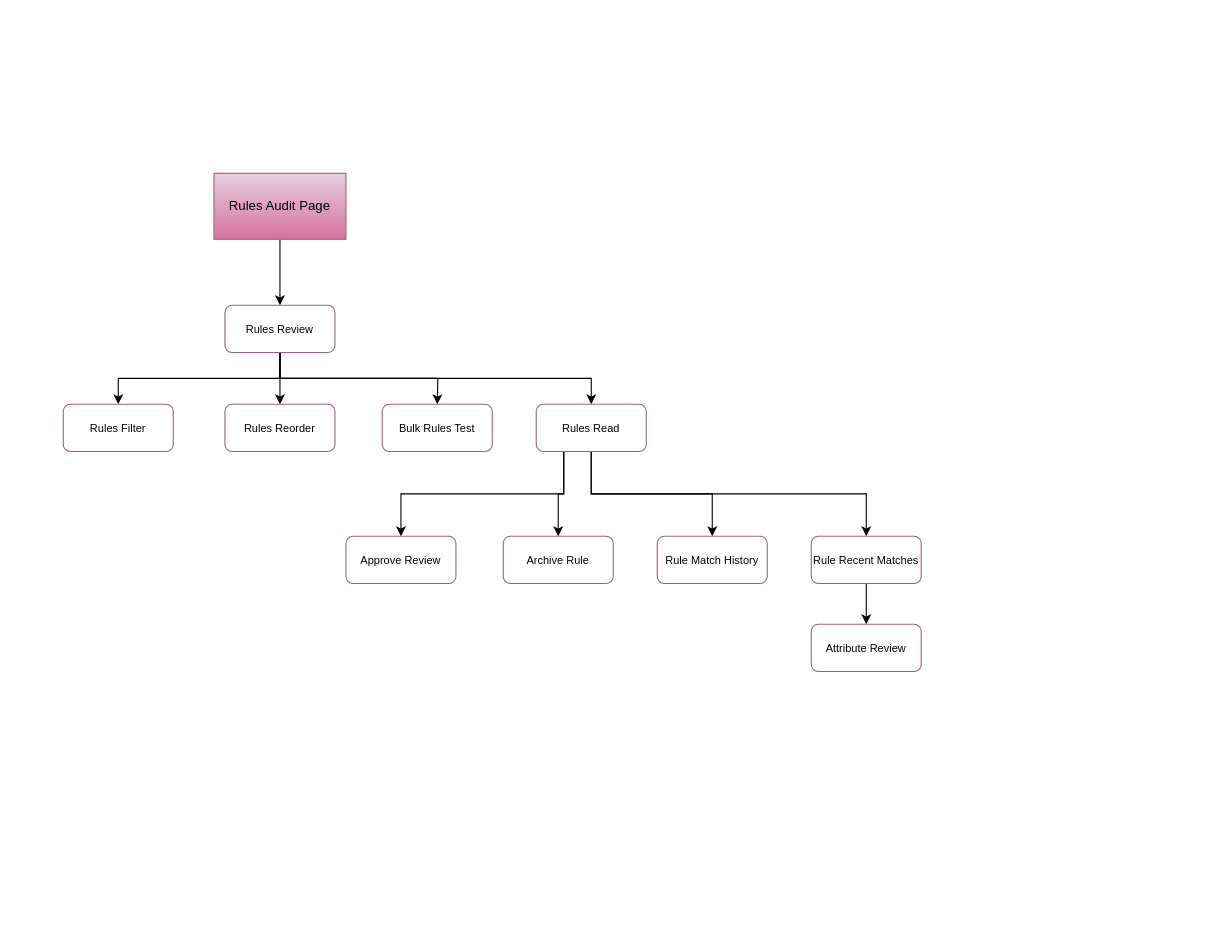
Above: page "Pageflow" (3 of 3) of Drawings/RulesEngine/RulesEngine.drawio in RMSLowside/rmslow (draw.io), before the change. Source tidied: cells renumbered, new cells numbered last; positions are measured from the earlier drawing's top-left corner, leaving out a move shared by most shapes. Both pictures are drawn from the tidied source at 110%, with x=0, y=0 at pixel (63, 173).
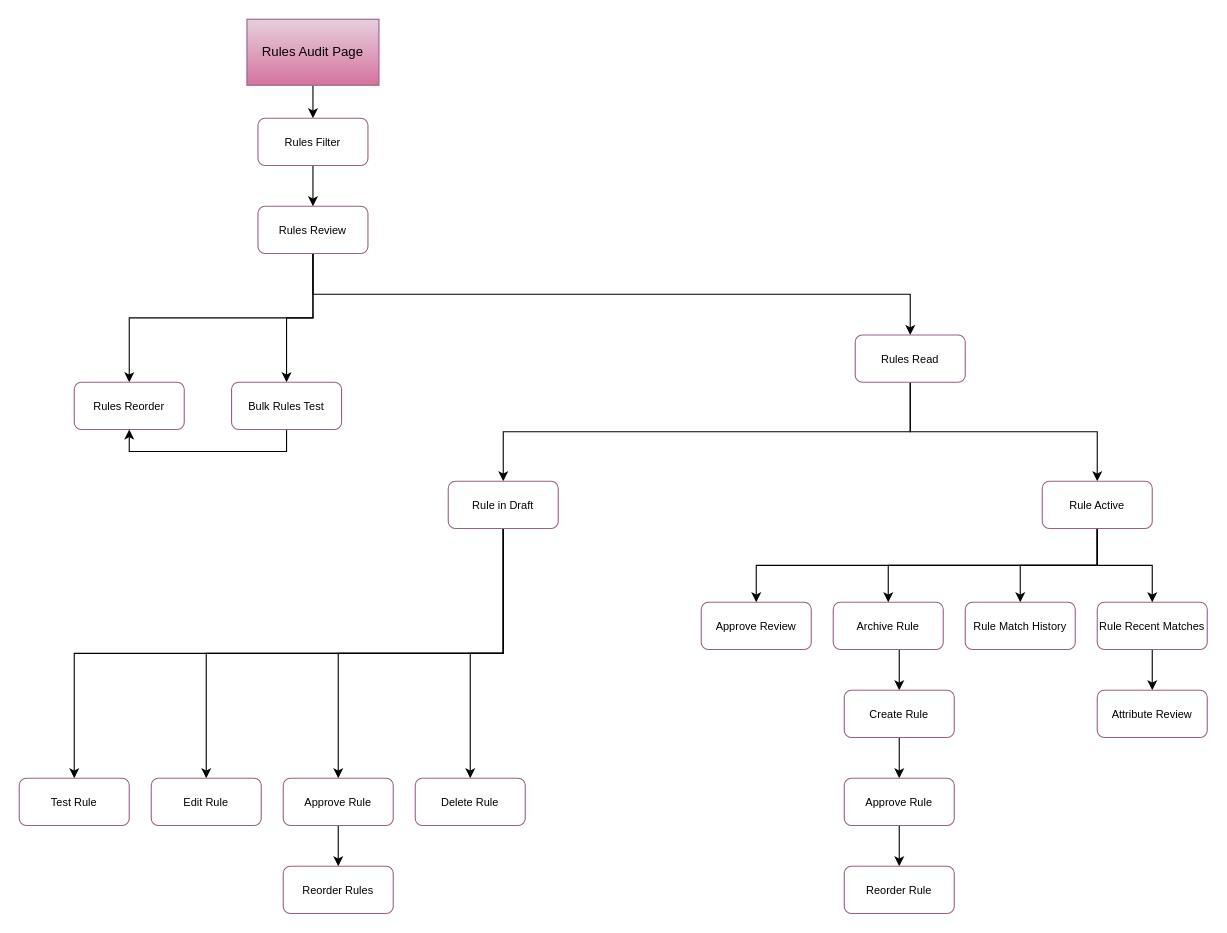
The same page after the edit.

What changed in the source:
```diff
@@
-    <mxCell id="2" style="edgeStyle=orthogonalEdgeStyle;rounded=0;jettySize=auto;html=1;entryX=0.5;entryY=0;entryDx=0;entryDy=0;" parent="1" edge="1" source="3" target="8">
-      <mxGeometry relative="1" as="geometry" />
-    </mxCell>
+    <mxCell id="23" style="edgeStyle=orthogonalEdgeStyle;rounded=0;jettySize=auto;html=1;exitX=0.5;exitY=1;exitDx=0;exitDy=0;entryX=0.5;entryY=0;entryDx=0;entryDy=0;" parent="1" edge="1" source="3" target="9">
+      <mxGeometry relative="1" as="geometry" />
+    </mxCell>
     <mxCell id="3" value="Rules Audit Page" style="rounded=0;whiteSpace=wrap;html=1;fillColor=#e6d0de;strokeColor=#996185;gradientColor=#d5739d;" parent="1" vertex="1">
-      <mxGeometry x="137" width="120" height="60" as="geometry" />
+      <mxGeometry x="167" y="-140" width="120" height="60" as="geometry" />
     </mxCell>
-    <mxCell id="4" style="edgeStyle=orthogonalEdgeStyle;rounded=0;jettySize=auto;html=1;exitX=0.5;exitY=1;exitDx=0;exitDy=0;entryX=0.5;entryY=0;entryDx=0;entryDy=0;" parent="1" edge="1" source="8" target="9">
-      <mxGeometry relative="1" as="geometry" />
-    </mxCell>
-    <mxCell id="5" style="edgeStyle=orthogonalEdgeStyle;rounded=0;jettySize=auto;html=1;exitX=0.5;exitY=1;exitDx=0;exitDy=0;" parent="1" edge="1" source="8">
-      <mxGeometry relative="1" as="geometry">
-        <mxPoint x="340" y="210" as="targetPoint" />
-      </mxGeometry>
+    <mxCell id="5" style="edgeStyle=orthogonalEdgeStyle;rounded=0;jettySize=auto;html=1;exitX=0.5;exitY=1;exitDx=0;exitDy=0;entryX=0.5;entryY=0;entryDx=0;entryDy=0;" parent="1" edge="1" source="8" target="11">
+      <mxGeometry relative="1" as="geometry" />
     </mxCell>
@@
     <mxCell id="8" value="Rules Review" style="rounded=1;whiteSpace=wrap;html=1;strokeColor=#996185;fontSize=10;fillColor=#FFFFFF;" parent="1" vertex="1">
-      <mxGeometry x="147" y="120" width="100" height="43" as="geometry" />
+      <mxGeometry x="177" y="30" width="100" height="43" as="geometry" />
     </mxCell>
-    <mxCell id="9" value="Rules Filter" style="rounded=1;whiteSpace=wrap;html=1;strokeColor=#996185;fontSize=10;fillColor=#FFFFFF;" parent="1" vertex="1">
-      <mxGeometry y="210" width="100" height="43" as="geometry" />
-    </mxCell>
     <mxCell id="10" value="Rules Reorder" style="rounded=1;whiteSpace=wrap;html=1;strokeColor=#996185;fontSize=10;fillColor=#FFFFFF;" parent="1" vertex="1">
-      <mxGeometry x="147" y="210" width="100" height="43" as="geometry" />
+      <mxGeometry x="10" y="190" width="100" height="43" as="geometry" />
     </mxCell>
+    <mxCell id="24" style="edgeStyle=orthogonalEdgeStyle;rounded=0;jettySize=auto;html=1;exitX=0.5;exitY=1;exitDx=0;exitDy=0;entryX=0.5;entryY=1;entryDx=0;entryDy=0;" parent="1" edge="1" source="11" target="10">
+      <mxGeometry relative="1" as="geometry" />
+    </mxCell>
     <mxCell id="11" value="Bulk Rules Test" style="rounded=1;whiteSpace=wrap;html=1;strokeColor=#996185;fontSize=10;fillColor=#FFFFFF;" parent="1" vertex="1">
-      <mxGeometry x="290" y="210" width="100" height="43" as="geometry" />
+      <mxGeometry x="153" y="190" width="100" height="43" as="geometry" />
     </mxCell>
-    <mxCell id="12" style="edgeStyle=orthogonalEdgeStyle;rounded=0;jettySize=auto;html=1;exitX=0.5;exitY=1;exitDx=0;exitDy=0;entryX=0.5;entryY=0;entryDx=0;entryDy=0;" parent="1" edge="1" source="16" target="17">
-      <mxGeometry relative="1" as="geometry" />
-    </mxCell>
-    <mxCell id="13" style="edgeStyle=orthogonalEdgeStyle;rounded=0;jettySize=auto;html=1;exitX=0.5;exitY=1;exitDx=0;exitDy=0;entryX=0.5;entryY=0;entryDx=0;entryDy=0;" parent="1" edge="1" source="16" target="19">
-      <mxGeometry relative="1" as="geometry" />
-    </mxCell>
-    <mxCell id="14" style="edgeStyle=orthogonalEdgeStyle;rounded=0;jettySize=auto;html=1;exitX=0.25;exitY=1;exitDx=0;exitDy=0;" parent="1" edge="1" source="16" target="21">
-      <mxGeometry relative="1" as="geometry" />
-    </mxCell>
-    <mxCell id="15" style="edgeStyle=orthogonalEdgeStyle;rounded=0;jettySize=auto;html=1;exitX=0.25;exitY=1;exitDx=0;exitDy=0;entryX=0.5;entryY=0;entryDx=0;entryDy=0;" parent="1" edge="1" source="16" target="22">
-      <mxGeometry relative="1" as="geometry" />
-    </mxCell>
+    <mxCell id="25" style="edgeStyle=orthogonalEdgeStyle;rounded=0;jettySize=auto;html=1;exitX=0.5;exitY=1;exitDx=0;exitDy=0;entryX=0.5;entryY=0;entryDx=0;entryDy=0;" parent="1" edge="1" source="16" target="32">
+      <mxGeometry relative="1" as="geometry" />
+    </mxCell>
+    <mxCell id="26" style="edgeStyle=orthogonalEdgeStyle;rounded=0;jettySize=auto;html=1;exitX=0.5;exitY=1;exitDx=0;exitDy=0;entryX=0.5;entryY=0;entryDx=0;entryDy=0;" parent="1" edge="1" source="16" target="37">
+      <mxGeometry relative="1" as="geometry" />
+    </mxCell>
     <mxCell id="16" value="Rules Read" style="rounded=1;whiteSpace=wrap;html=1;strokeColor=#996185;fontSize=10;fillColor=#FFFFFF;" parent="1" vertex="1">
-      <mxGeometry x="430" y="210" width="100" height="43" as="geometry" />
+      <mxGeometry x="720" y="147" width="100" height="43" as="geometry" />
     </mxCell>
     <mxCell id="17" value="Rule Match History" style="rounded=1;whiteSpace=wrap;html=1;strokeColor=#996185;fontSize=10;fillColor=#FFFFFF;" parent="1" vertex="1">
-      <mxGeometry x="540" y="330" width="100" height="43" as="geometry" />
+      <mxGeometry x="820" y="390" width="100" height="43" as="geometry" />
     </mxCell>
@@
     <mxCell id="19" value="Rule Recent Matches" style="rounded=1;whiteSpace=wrap;html=1;strokeColor=#996185;fontSize=10;fillColor=#FFFFFF;" parent="1" vertex="1">
-      <mxGeometry x="680" y="330" width="100" height="43" as="geometry" />
+      <mxGeometry x="940" y="390" width="100" height="43" as="geometry" />
     </mxCell>
     <mxCell id="20" value="Attribute Review" style="rounded=1;whiteSpace=wrap;html=1;strokeColor=#996185;fontSize=10;fillColor=#FFFFFF;" parent="1" vertex="1">
-      <mxGeometry x="680" y="410" width="100" height="43" as="geometry" />
+      <mxGeometry x="940" y="470" width="100" height="43" as="geometry" />
     </mxCell>
+    <mxCell id="27" style="edgeStyle=orthogonalEdgeStyle;rounded=0;jettySize=auto;html=1;exitX=0.5;exitY=1;exitDx=0;exitDy=0;entryX=0.5;entryY=0;entryDx=0;entryDy=0;" parent="1" edge="1" source="21" target="45">
+      <mxGeometry relative="1" as="geometry" />
+    </mxCell>
     <mxCell id="21" value="Archive Rule" style="rounded=1;whiteSpace=wrap;html=1;strokeColor=#996185;fontSize=10;fillColor=#FFFFFF;" parent="1" vertex="1">
-      <mxGeometry x="400" y="330" width="100" height="43" as="geometry" />
+      <mxGeometry x="700" y="390" width="100" height="43" as="geometry" />
     </mxCell>
     <mxCell id="22" value="Approve Review" style="rounded=1;whiteSpace=wrap;html=1;strokeColor=#996185;fontSize=10;fillColor=#FFFFFF;" parent="1" vertex="1">
-      <mxGeometry x="257" y="330" width="100" height="43" as="geometry" />
+      <mxGeometry x="580" y="390" width="100" height="43" as="geometry" />
     </mxCell>
+    <mxCell id="28" style="edgeStyle=orthogonalEdgeStyle;rounded=0;jettySize=auto;html=1;exitX=0.5;exitY=1;exitDx=0;exitDy=0;entryX=0.5;entryY=0;entryDx=0;entryDy=0;" parent="1" edge="1" source="32" target="22">
+      <mxGeometry relative="1" as="geometry" />
+    </mxCell>
+    <mxCell id="29" style="edgeStyle=orthogonalEdgeStyle;rounded=0;jettySize=auto;html=1;exitX=0.5;exitY=1;exitDx=0;exitDy=0;entryX=0.5;entryY=0;entryDx=0;entryDy=0;" parent="1" edge="1" source="32" target="21">
+      <mxGeometry relative="1" as="geometry" />
+    </mxCell>
+    <mxCell id="30" style="edgeStyle=orthogonalEdgeStyle;rounded=0;jettySize=auto;html=1;exitX=0.5;exitY=1;exitDx=0;exitDy=0;entryX=0.5;entryY=0;entryDx=0;entryDy=0;" parent="1" edge="1" source="32" target="17">
+      <mxGeometry relative="1" as="geometry" />
+    </mxCell>
+    <mxCell id="31" style="edgeStyle=orthogonalEdgeStyle;rounded=0;jettySize=auto;html=1;exitX=0.5;exitY=1;exitDx=0;exitDy=0;" parent="1" edge="1" source="32" target="19">
+      <mxGeometry relative="1" as="geometry" />
+    </mxCell>
+    <mxCell id="32" value="Rule Active" style="rounded=1;whiteSpace=wrap;html=1;strokeColor=#996185;fontSize=10;fillColor=#FFFFFF;" parent="1" vertex="1">
+      <mxGeometry x="890" y="280" width="100" height="43" as="geometry" />
+    </mxCell>
+    <mxCell id="33" style="edgeStyle=orthogonalEdgeStyle;rounded=0;jettySize=auto;html=1;exitX=0.5;exitY=1;exitDx=0;exitDy=0;entryX=0.5;entryY=0;entryDx=0;entryDy=0;" parent="1" edge="1" source="37" target="41">
+      <mxGeometry relative="1" as="geometry" />
+    </mxCell>
+    <mxCell id="34" style="edgeStyle=orthogonalEdgeStyle;rounded=0;jettySize=auto;html=1;exitX=0.5;exitY=1;exitDx=0;exitDy=0;" parent="1" edge="1" source="37" target="40">
+      <mxGeometry relative="1" as="geometry" />
+    </mxCell>
+    <mxCell id="35" style="edgeStyle=orthogonalEdgeStyle;rounded=0;jettySize=auto;html=1;exitX=0.5;exitY=1;exitDx=0;exitDy=0;entryX=0.5;entryY=0;entryDx=0;entryDy=0;" parent="1" edge="1" source="37" target="38">
+      <mxGeometry relative="1" as="geometry" />
+    </mxCell>
+    <mxCell id="36" style="edgeStyle=orthogonalEdgeStyle;rounded=0;jettySize=auto;html=1;exitX=0.5;exitY=1;exitDx=0;exitDy=0;entryX=0.5;entryY=0;entryDx=0;entryDy=0;" parent="1" edge="1" source="37" target="42">
+      <mxGeometry relative="1" as="geometry" />
+    </mxCell>
+    <mxCell id="37" value="Rule in Draft" style="rounded=1;whiteSpace=wrap;html=1;strokeColor=#996185;fontSize=10;fillColor=#FFFFFF;" parent="1" vertex="1">
+      <mxGeometry x="350" y="280" width="100" height="43" as="geometry" />
+    </mxCell>
+    <mxCell id="38" value="Delete Rule" style="rounded=1;whiteSpace=wrap;html=1;strokeColor=#996185;fontSize=10;fillColor=#FFFFFF;" parent="1" vertex="1">
+      <mxGeometry x="320" y="550" width="100" height="43" as="geometry" />
+    </mxCell>
+    <mxCell id="39" style="edgeStyle=orthogonalEdgeStyle;rounded=0;jettySize=auto;html=1;exitX=0.5;exitY=1;exitDx=0;exitDy=0;entryX=0.5;entryY=0;entryDx=0;entryDy=0;" parent="1" edge="1" source="40" target="43">
+      <mxGeometry relative="1" as="geometry" />
+    </mxCell>
+    <mxCell id="40" value="Approve Rule" style="rounded=1;whiteSpace=wrap;html=1;strokeColor=#996185;fontSize=10;fillColor=#FFFFFF;" parent="1" vertex="1">
+      <mxGeometry x="200" y="550" width="100" height="43" as="geometry" />
+    </mxCell>
+    <mxCell id="41" value="Edit Rule" style="rounded=1;whiteSpace=wrap;html=1;strokeColor=#996185;fontSize=10;fillColor=#FFFFFF;" parent="1" vertex="1">
+      <mxGeometry x="80" y="550" width="100" height="43" as="geometry" />
+    </mxCell>
+    <mxCell id="42" value="Test Rule" style="rounded=1;whiteSpace=wrap;html=1;strokeColor=#996185;fontSize=10;fillColor=#FFFFFF;" parent="1" vertex="1">
+      <mxGeometry x="-40" y="550" width="100" height="43" as="geometry" />
+    </mxCell>
+    <mxCell id="43" value="Reorder Rules" style="rounded=1;whiteSpace=wrap;html=1;strokeColor=#996185;fontSize=10;fillColor=#FFFFFF;" parent="1" vertex="1">
+      <mxGeometry x="200" y="630" width="100" height="43" as="geometry" />
+    </mxCell>
+    <mxCell id="44" style="edgeStyle=orthogonalEdgeStyle;rounded=0;jettySize=auto;html=1;exitX=0.5;exitY=1;exitDx=0;exitDy=0;entryX=0.5;entryY=0;entryDx=0;entryDy=0;" parent="1" edge="1" source="45" target="47">
+      <mxGeometry relative="1" as="geometry" />
+    </mxCell>
+    <mxCell id="45" value="Create Rule" style="rounded=1;whiteSpace=wrap;html=1;strokeColor=#996185;fontSize=10;fillColor=#FFFFFF;" parent="1" vertex="1">
+      <mxGeometry x="710" y="470" width="100" height="43" as="geometry" />
+    </mxCell>
+    <mxCell id="46" style="edgeStyle=orthogonalEdgeStyle;rounded=0;jettySize=auto;html=1;exitX=0.5;exitY=1;exitDx=0;exitDy=0;entryX=0.5;entryY=0;entryDx=0;entryDy=0;" parent="1" edge="1" source="47" target="48">
+      <mxGeometry relative="1" as="geometry" />
+    </mxCell>
+    <mxCell id="47" value="Approve Rule" style="rounded=1;whiteSpace=wrap;html=1;strokeColor=#996185;fontSize=10;fillColor=#FFFFFF;" parent="1" vertex="1">
+      <mxGeometry x="710" y="550" width="100" height="43" as="geometry" />
+    </mxCell>
+    <mxCell id="48" value="Reorder Rule" style="rounded=1;whiteSpace=wrap;html=1;strokeColor=#996185;fontSize=10;fillColor=#FFFFFF;" parent="1" vertex="1">
+      <mxGeometry x="710" y="630" width="100" height="43" as="geometry" />
+    </mxCell>
+    <mxCell id="49" style="edgeStyle=orthogonalEdgeStyle;rounded=0;jettySize=auto;html=1;exitX=0.5;exitY=1;exitDx=0;exitDy=0;entryX=0.5;entryY=0;entryDx=0;entryDy=0;" parent="1" edge="1" source="9" target="8">
+      <mxGeometry relative="1" as="geometry" />
+    </mxCell>
+    <mxCell id="9" value="Rules Filter" style="rounded=1;whiteSpace=wrap;html=1;strokeColor=#996185;fontSize=10;fillColor=#FFFFFF;" parent="1" vertex="1">
+      <mxGeometry x="177" y="-50" width="100" height="43" as="geometry" />
+    </mxCell>
```
